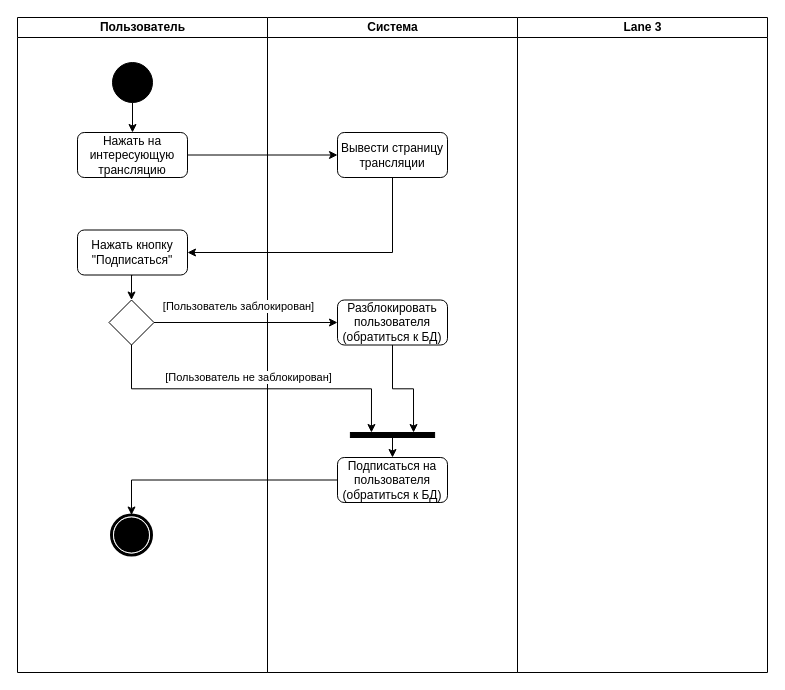
Earlier version of the draw.io diagram page "Page-1" (1 of 2) of Курсовая Работа/Архитектура/Диаграмма деятельности.drawio (FaceMan01/Homework). Source tidied: cells renumbered, new cells numbered last; positions are measured from the earlier drawing's top-left corner, leaving out a move shared by most shapes. Both pictures are drawn from the tidied source at 100%, with x=0, y=0 at pixel (17, 17).
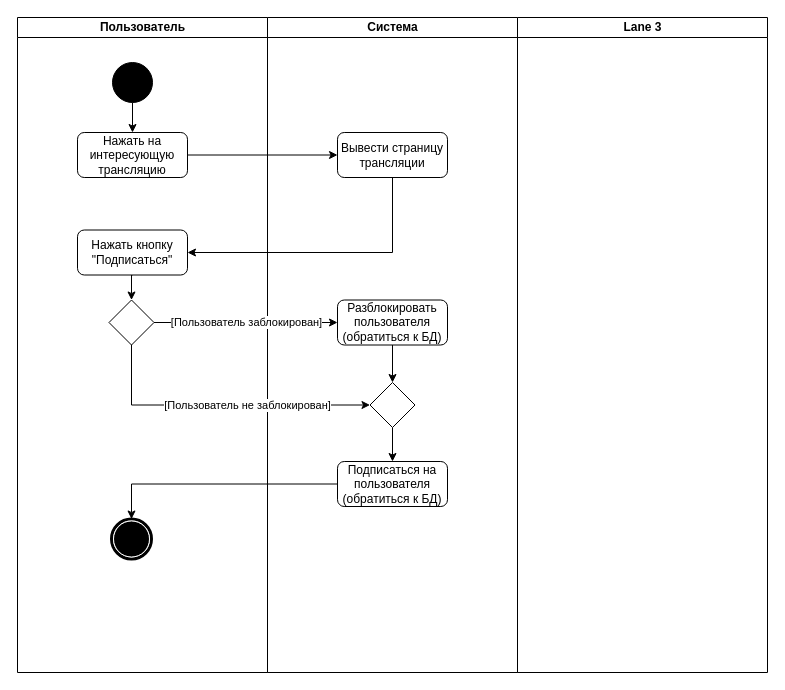
The same page after the edit.

The change refers to these unchanged cells:
```xml
<mxCell id="6" value="Система" style="swimlane;html=1;startSize=20;" parent="1" vertex="1">
  <mxGeometry x="250" width="250" height="655" as="geometry" />
</mxCell>
<mxCell id="9" style="rhombus;whiteSpace=wrap;html=1;" parent="6" vertex="1">
  <mxGeometry x="-158.5" y="282.5" width="45" height="45" as="geometry" />
</mxCell>
<mxCell id="12" value="Разблокировать пользователя&lt;div&gt;(обратиться к БД)&lt;/div&gt;" style="rounded=1;whiteSpace=wrap;html=1;" parent="6" vertex="1">
  <mxGeometry x="70" y="282.5" width="110" height="45" as="geometry" />
</mxCell>
```

Diff of the diagram source:
```diff
@@
+    <mxCell id="17" value="[Пользователь не заблокирован]" style="edgeStyle=orthogonalEdgeStyle;rounded=0;jettySize=auto;html=1;exitX=0.5;exitY=1;exitDx=0;exitDy=0;entryX=0;entryY=0.5;entryDx=0;entryDy=0;" parent="6" edge="1" source="9" target="27">
+      <mxGeometry x="0.18" relative="1" as="geometry" />
+    </mxCell>
@@
     <mxCell id="10" style="shape=mxgraph.bpmn.shape;html=1;verticalLabelPosition=bottom;labelBackgroundColor=#ffffff;verticalAlign=top;perimeter=ellipsePerimeter;outline=end;symbol=terminate;rounded=0;shadow=0;comic=0;strokeWidth=1;fontFamily=Verdana;fontSize=12;align=center;" parent="6" vertex="1">
-      <mxGeometry x="-156" y="497.5" width="40" height="40" as="geometry" />
+      <mxGeometry x="-156" y="501.5" width="40" height="40" as="geometry" />
     </mxCell>
-    <mxCell id="11" style="edgeStyle=orthogonalEdgeStyle;rounded=0;jettySize=auto;html=1;exitX=0.5;exitY=1;exitDx=0;exitDy=0;entryX=0.75;entryY=0;entryDx=0;entryDy=0;" parent="6" edge="1" source="12" target="22">
-      <mxGeometry relative="1" as="geometry" />
-    </mxCell>
+    <mxCell id="25" style="edgeStyle=orthogonalEdgeStyle;rounded=0;jettySize=auto;html=1;exitX=0.5;exitY=1;exitDx=0;exitDy=0;entryX=0.5;entryY=0;entryDx=0;entryDy=0;" parent="6" edge="1" source="12" target="27">
+      <mxGeometry relative="1" as="geometry" />
+    </mxCell>
@@
     <mxCell id="13" value="Подписаться на пользователя&lt;div&gt;(&lt;span style=&quot;background-color: initial;&quot;&gt;обратиться к БД&lt;/span&gt;&lt;span style=&quot;background-color: initial;&quot;&gt;)&lt;/span&gt;&lt;/div&gt;" style="rounded=1;whiteSpace=wrap;html=1;" parent="6" vertex="1">
-      <mxGeometry x="70" y="440" width="110" height="45" as="geometry" />
+      <mxGeometry x="70" y="444" width="110" height="45" as="geometry" />
     </mxCell>
-    <mxCell id="14" style="edgeStyle=orthogonalEdgeStyle;rounded=0;jettySize=auto;html=1;exitX=1;exitY=0.5;exitDx=0;exitDy=0;" parent="6" edge="1" source="9" target="12">
+    <mxCell id="14" value="[Пользователь заблокирован]" style="edgeStyle=orthogonalEdgeStyle;rounded=0;jettySize=auto;html=1;exitX=1;exitY=0.5;exitDx=0;exitDy=0;" parent="6" edge="1" source="9" target="12">
       <mxGeometry relative="1" as="geometry" />
     </mxCell>
-    <mxCell id="15" value="[Пользователь заблокирован]" style="edgeLabel;html=1;align=center;verticalAlign=middle;" parent="14" vertex="1">
-      <mxGeometry x="-0.46" y="1" relative="1" as="geometry">
-        <mxPoint x="34" y="-16" as="offset" />
-      </mxGeometry>
-    </mxCell>
-    <mxCell id="16" style="edgeStyle=orthogonalEdgeStyle;rounded=0;jettySize=auto;html=1;exitX=0.5;exitY=1;exitDx=0;exitDy=0;entryX=0.25;entryY=0;entryDx=0;entryDy=0;" parent="6" edge="1" source="9" target="22">
-      <mxGeometry relative="1" as="geometry" />
-    </mxCell>
-    <mxCell id="17" value="[Пользователь не заблокирован]" style="edgeLabel;html=1;align=center;verticalAlign=middle;" parent="16" vertex="1">
-      <mxGeometry x="0.19" y="2" relative="1" as="geometry">
-        <mxPoint x="-35" y="-10" as="offset" />
-      </mxGeometry>
-    </mxCell>
@@
-    <mxCell id="21" style="edgeStyle=orthogonalEdgeStyle;rounded=0;jettySize=auto;html=1;exitX=0.5;exitY=1;exitDx=0;exitDy=0;entryX=0.5;entryY=0;entryDx=0;entryDy=0;" parent="6" edge="1" source="22" target="13">
-      <mxGeometry relative="1" as="geometry" />
-    </mxCell>
-    <mxCell id="22" style="whiteSpace=wrap;html=1;rounded=0;shadow=0;comic=0;labelBackgroundColor=none;strokeWidth=1;fillColor=#000000;fontFamily=Verdana;fontSize=12;align=center;rotation=0;" parent="6" vertex="1">
-      <mxGeometry x="82.9" y="415" width="84.2" height="5" as="geometry" />
-    </mxCell>
+    <mxCell id="26" style="edgeStyle=orthogonalEdgeStyle;rounded=0;jettySize=auto;html=1;exitX=0.5;exitY=1;exitDx=0;exitDy=0;entryX=0.5;entryY=0;entryDx=0;entryDy=0;" parent="6" edge="1" source="27" target="13">
+      <mxGeometry relative="1" as="geometry" />
+    </mxCell>
+    <mxCell id="27" style="rhombus;whiteSpace=wrap;html=1;" parent="6" vertex="1">
+      <mxGeometry x="102.5" y="365" width="45" height="45" as="geometry" />
+    </mxCell>
```
